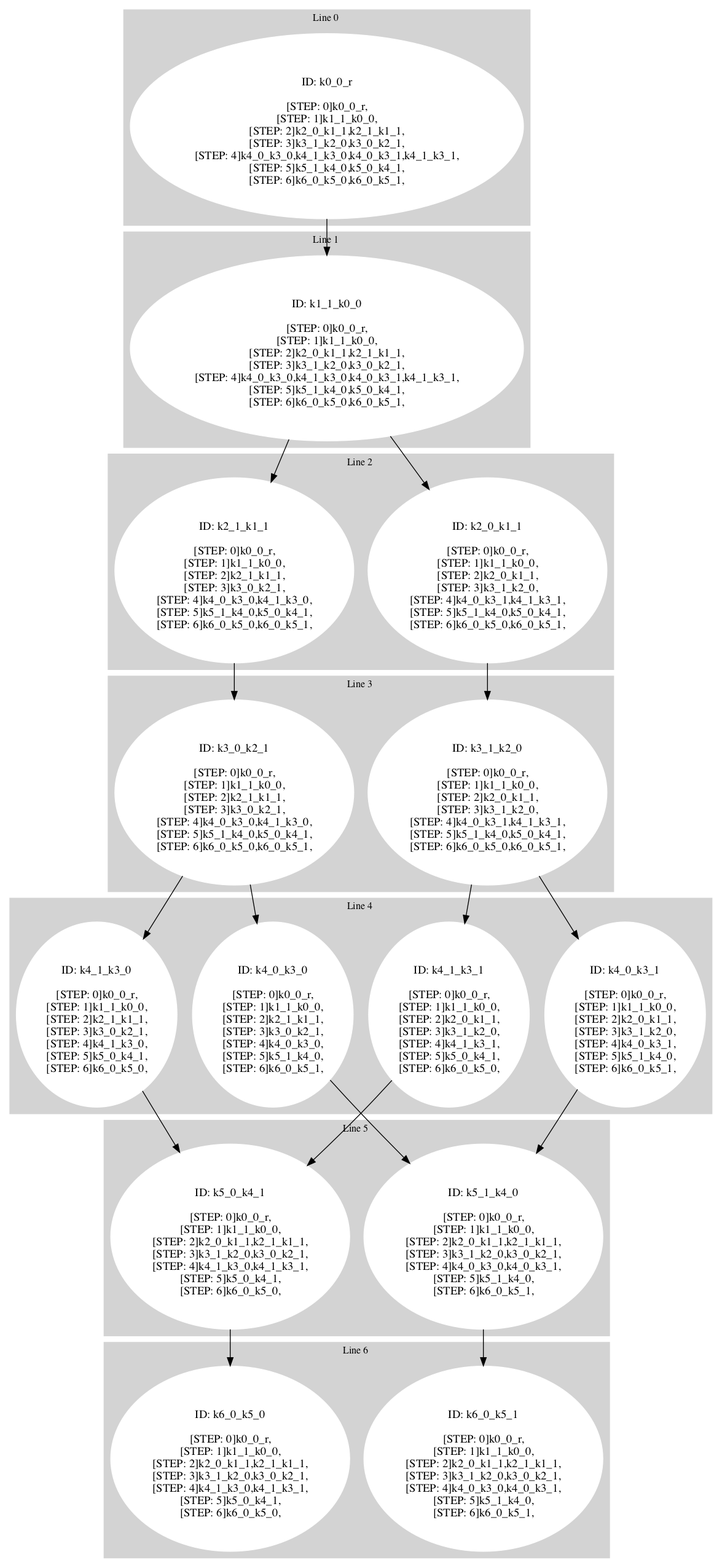
This is test_visual/filter_path0_0.png from ricardombiot/3sat_machine_original_rs, a Graphviz export, as it was before one commit. Its source is kept beside it as test_visual/filter_path0_0.dot. The source it was exported from:
```dot
digraph G {
     compound=true
subgraph cluster_line_0 {
 style=filled;
 color=lightgrey;
     node [style=filled,color=white];
k0_0_r [label=<<BR /> ID: k0_0_r <BR /> <BR />
[STEP: 0]k0_0_r,<BR />
[STEP: 1]k1_1_k0_0,<BR />
[STEP: 2]k2_0_k1_1,k2_1_k1_1,<BR />
[STEP: 3]k3_1_k2_0,k3_0_k2_1,<BR />
[STEP: 4]k4_0_k3_0,k4_1_k3_0,k4_0_k3_1,k4_1_k3_1,<BR />
[STEP: 5]k5_1_k4_0,k5_0_k4_1,<BR />
[STEP: 6]k6_0_k5_0,k6_0_k5_1,<BR />
>]
     fontsize="12"
     label = "Line 0 "
 }
subgraph cluster_line_1 {
 style=filled;
 color=lightgrey;
     node [style=filled,color=white];
k1_1_k0_0 [label=<<BR /> ID: k1_1_k0_0 <BR /> <BR />
[STEP: 0]k0_0_r,<BR />
[STEP: 1]k1_1_k0_0,<BR />
[STEP: 2]k2_0_k1_1,k2_1_k1_1,<BR />
[STEP: 3]k3_1_k2_0,k3_0_k2_1,<BR />
[STEP: 4]k4_0_k3_0,k4_1_k3_0,k4_0_k3_1,k4_1_k3_1,<BR />
[STEP: 5]k5_1_k4_0,k5_0_k4_1,<BR />
[STEP: 6]k6_0_k5_0,k6_0_k5_1,<BR />
>]
     fontsize="12"
     label = "Line 1 "
 }
subgraph cluster_line_2 {
 style=filled;
 color=lightgrey;
     node [style=filled,color=white];
k2_0_k1_1 [label=<<BR /> ID: k2_0_k1_1 <BR /> <BR />
[STEP: 0]k0_0_r,<BR />
[STEP: 1]k1_1_k0_0,<BR />
[STEP: 2]k2_0_k1_1,<BR />
[STEP: 3]k3_1_k2_0,<BR />
[STEP: 4]k4_0_k3_1,k4_1_k3_1,<BR />
[STEP: 5]k5_1_k4_0,k5_0_k4_1,<BR />
[STEP: 6]k6_0_k5_0,k6_0_k5_1,<BR />
>]k2_1_k1_1 [label=<<BR /> ID: k2_1_k1_1 <BR /> <BR />
[STEP: 0]k0_0_r,<BR />
[STEP: 1]k1_1_k0_0,<BR />
[STEP: 2]k2_1_k1_1,<BR />
[STEP: 3]k3_0_k2_1,<BR />
[STEP: 4]k4_0_k3_0,k4_1_k3_0,<BR />
[STEP: 5]k5_1_k4_0,k5_0_k4_1,<BR />
[STEP: 6]k6_0_k5_0,k6_0_k5_1,<BR />
>]
     fontsize="12"
     label = "Line 2 "
 }
subgraph cluster_line_3 {
 style=filled;
 color=lightgrey;
     node [style=filled,color=white];
k3_0_k2_1 [label=<<BR /> ID: k3_0_k2_1 <BR /> <BR />
[STEP: 0]k0_0_r,<BR />
[STEP: 1]k1_1_k0_0,<BR />
[STEP: 2]k2_1_k1_1,<BR />
[STEP: 3]k3_0_k2_1,<BR />
[STEP: 4]k4_0_k3_0,k4_1_k3_0,<BR />
[STEP: 5]k5_1_k4_0,k5_0_k4_1,<BR />
[STEP: 6]k6_0_k5_0,k6_0_k5_1,<BR />
>]k3_1_k2_0 [label=<<BR /> ID: k3_1_k2_0 <BR /> <BR />
[STEP: 0]k0_0_r,<BR />
[STEP: 1]k1_1_k0_0,<BR />
[STEP: 2]k2_0_k1_1,<BR />
[STEP: 3]k3_1_k2_0,<BR />
[STEP: 4]k4_0_k3_1,k4_1_k3_1,<BR />
[STEP: 5]k5_1_k4_0,k5_0_k4_1,<BR />
[STEP: 6]k6_0_k5_0,k6_0_k5_1,<BR />
>]
     fontsize="12"
     label = "Line 3 "
 }
subgraph cluster_line_4 {
 style=filled;
 color=lightgrey;
     node [style=filled,color=white];
k4_1_k3_0 [label=<<BR /> ID: k4_1_k3_0 <BR /> <BR />
[STEP: 0]k0_0_r,<BR />
[STEP: 1]k1_1_k0_0,<BR />
[STEP: 2]k2_1_k1_1,<BR />
[STEP: 3]k3_0_k2_1,<BR />
[STEP: 4]k4_1_k3_0,<BR />
[STEP: 5]k5_0_k4_1,<BR />
[STEP: 6]k6_0_k5_0,<BR />
>]k4_0_k3_0 [label=<<BR /> ID: k4_0_k3_0 <BR /> <BR />
[STEP: 0]k0_0_r,<BR />
[STEP: 1]k1_1_k0_0,<BR />
[STEP: 2]k2_1_k1_1,<BR />
[STEP: 3]k3_0_k2_1,<BR />
[STEP: 4]k4_0_k3_0,<BR />
[STEP: 5]k5_1_k4_0,<BR />
[STEP: 6]k6_0_k5_1,<BR />
>]k4_0_k3_1 [label=<<BR /> ID: k4_0_k3_1 <BR /> <BR />
[STEP: 0]k0_0_r,<BR />
[STEP: 1]k1_1_k0_0,<BR />
[STEP: 2]k2_0_k1_1,<BR />
[STEP: 3]k3_1_k2_0,<BR />
[STEP: 4]k4_0_k3_1,<BR />
[STEP: 5]k5_1_k4_0,<BR />
[STEP: 6]k6_0_k5_1,<BR />
>]k4_1_k3_1 [label=<<BR /> ID: k4_1_k3_1 <BR /> <BR />
[STEP: 0]k0_0_r,<BR />
[STEP: 1]k1_1_k0_0,<BR />
[STEP: 2]k2_0_k1_1,<BR />
[STEP: 3]k3_1_k2_0,<BR />
[STEP: 4]k4_1_k3_1,<BR />
[STEP: 5]k5_0_k4_1,<BR />
[STEP: 6]k6_0_k5_0,<BR />
>]
     fontsize="12"
     label = "Line 4 "
 }
subgraph cluster_line_5 {
 style=filled;
 color=lightgrey;
     node [style=filled,color=white];
k5_1_k4_0 [label=<<BR /> ID: k5_1_k4_0 <BR /> <BR />
[STEP: 0]k0_0_r,<BR />
[STEP: 1]k1_1_k0_0,<BR />
[STEP: 2]k2_0_k1_1,k2_1_k1_1,<BR />
[STEP: 3]k3_1_k2_0,k3_0_k2_1,<BR />
[STEP: 4]k4_0_k3_0,k4_0_k3_1,<BR />
[STEP: 5]k5_1_k4_0,<BR />
[STEP: 6]k6_0_k5_1,<BR />
>]k5_0_k4_1 [label=<<BR /> ID: k5_0_k4_1 <BR /> <BR />
[STEP: 0]k0_0_r,<BR />
[STEP: 1]k1_1_k0_0,<BR />
[STEP: 2]k2_0_k1_1,k2_1_k1_1,<BR />
[STEP: 3]k3_1_k2_0,k3_0_k2_1,<BR />
[STEP: 4]k4_1_k3_0,k4_1_k3_1,<BR />
[STEP: 5]k5_0_k4_1,<BR />
[STEP: 6]k6_0_k5_0,<BR />
>]
     fontsize="12"
     label = "Line 5 "
 }
subgraph cluster_line_6 {
 style=filled;
 color=lightgrey;
     node [style=filled,color=white];
k6_0_k5_0 [label=<<BR /> ID: k6_0_k5_0 <BR /> <BR />
[STEP: 0]k0_0_r,<BR />
[STEP: 1]k1_1_k0_0,<BR />
[STEP: 2]k2_0_k1_1,k2_1_k1_1,<BR />
[STEP: 3]k3_1_k2_0,k3_0_k2_1,<BR />
[STEP: 4]k4_1_k3_0,k4_1_k3_1,<BR />
[STEP: 5]k5_0_k4_1,<BR />
[STEP: 6]k6_0_k5_0,<BR />
>]k6_0_k5_1 [label=<<BR /> ID: k6_0_k5_1 <BR /> <BR />
[STEP: 0]k0_0_r,<BR />
[STEP: 1]k1_1_k0_0,<BR />
[STEP: 2]k2_0_k1_1,k2_1_k1_1,<BR />
[STEP: 3]k3_1_k2_0,k3_0_k2_1,<BR />
[STEP: 4]k4_0_k3_0,k4_0_k3_1,<BR />
[STEP: 5]k5_1_k4_0,<BR />
[STEP: 6]k6_0_k5_1,<BR />
>]
     fontsize="12"
     label = "Line 6 "
 }
k0_0_r -> k1_1_k0_0
k1_1_k0_0 -> k2_0_k1_1
k1_1_k0_0 -> k2_1_k1_1
k2_0_k1_1 -> k3_1_k2_0
k2_1_k1_1 -> k3_0_k2_1
k3_0_k2_1 -> k4_1_k3_0
k3_0_k2_1 -> k4_0_k3_0
k3_1_k2_0 -> k4_1_k3_1
k3_1_k2_0 -> k4_0_k3_1
k4_1_k3_0 -> k5_0_k4_1
k4_0_k3_0 -> k5_1_k4_0
k4_0_k3_1 -> k5_1_k4_0
k4_1_k3_1 -> k5_0_k4_1
k5_1_k4_0 -> k6_0_k5_1
k5_0_k4_1 -> k6_0_k5_0
}
```
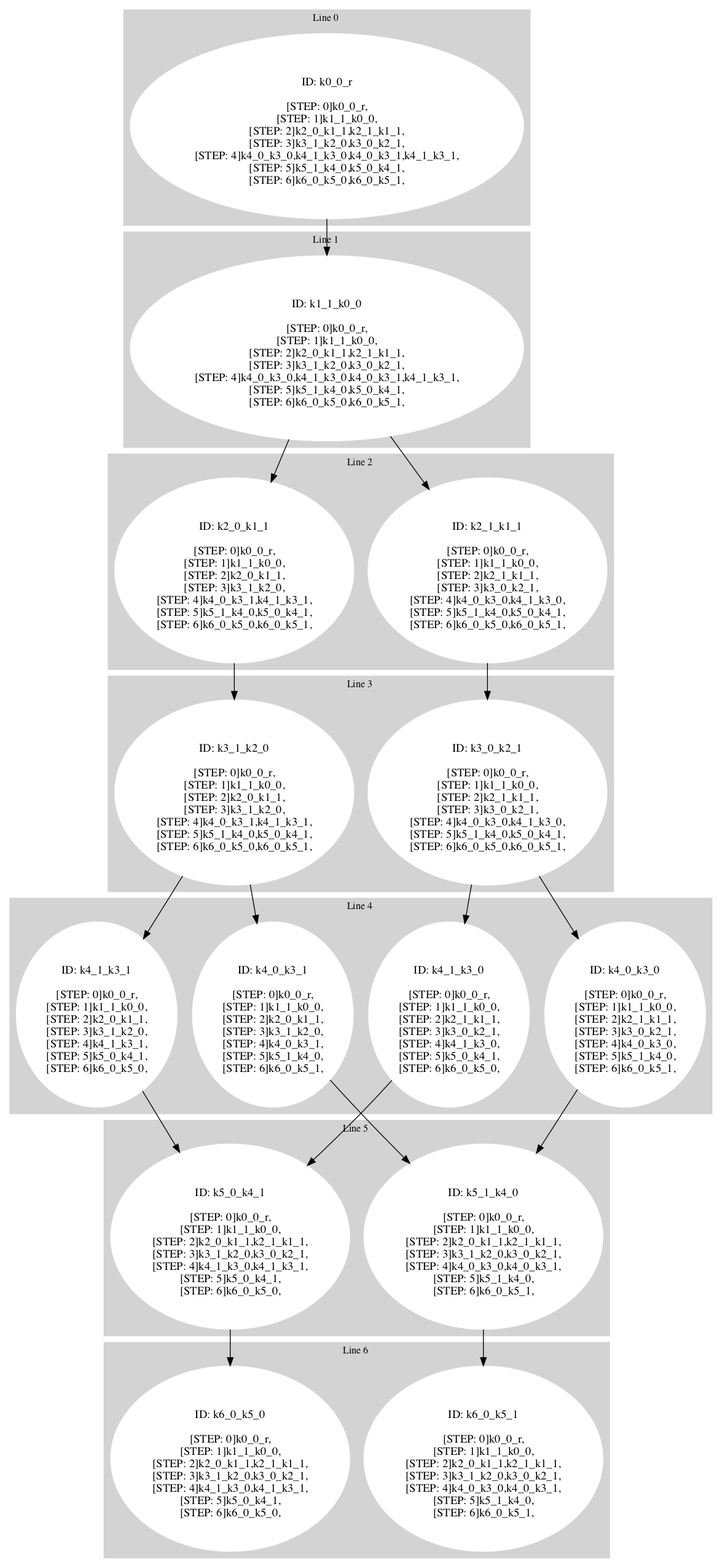
After the commit.

Change to the diagram source:
```diff
@@ -36,20 +36,20 @@
  style=filled;
  color=lightgrey;
      node [style=filled,color=white];
-k2_0_k1_1 [label=<<BR /> ID: k2_0_k1_1 <BR /> <BR />
+k2_1_k1_1 [label=<<BR /> ID: k2_1_k1_1 <BR /> <BR />
+[STEP: 0]k0_0_r,<BR />
+[STEP: 1]k1_1_k0_0,<BR />
+[STEP: 2]k2_1_k1_1,<BR />
+[STEP: 3]k3_0_k2_1,<BR />
+[STEP: 4]k4_0_k3_0,k4_1_k3_0,<BR />
+[STEP: 5]k5_1_k4_0,k5_0_k4_1,<BR />
+[STEP: 6]k6_0_k5_0,k6_0_k5_1,<BR />
+>]k2_0_k1_1 [label=<<BR /> ID: k2_0_k1_1 <BR /> <BR />
 [STEP: 0]k0_0_r,<BR />
 [STEP: 1]k1_1_k0_0,<BR />
 [STEP: 2]k2_0_k1_1,<BR />
 [STEP: 3]k3_1_k2_0,<BR />
 [STEP: 4]k4_0_k3_1,k4_1_k3_1,<BR />
-[STEP: 5]k5_1_k4_0,k5_0_k4_1,<BR />
-[STEP: 6]k6_0_k5_0,k6_0_k5_1,<BR />
->]k2_1_k1_1 [label=<<BR /> ID: k2_1_k1_1 <BR /> <BR />
-[STEP: 0]k0_0_r,<BR />
-[STEP: 1]k1_1_k0_0,<BR />
-[STEP: 2]k2_1_k1_1,<BR />
-[STEP: 3]k3_0_k2_1,<BR />
-[STEP: 4]k4_0_k3_0,k4_1_k3_0,<BR />
 [STEP: 5]k5_1_k4_0,k5_0_k4_1,<BR />
 [STEP: 6]k6_0_k5_0,k6_0_k5_1,<BR />
 >]
@@ -60,20 +60,20 @@
  style=filled;
  color=lightgrey;
      node [style=filled,color=white];
-k3_0_k2_1 [label=<<BR /> ID: k3_0_k2_1 <BR /> <BR />
+k3_1_k2_0 [label=<<BR /> ID: k3_1_k2_0 <BR /> <BR />
+[STEP: 0]k0_0_r,<BR />
+[STEP: 1]k1_1_k0_0,<BR />
+[STEP: 2]k2_0_k1_1,<BR />
+[STEP: 3]k3_1_k2_0,<BR />
+[STEP: 4]k4_0_k3_1,k4_1_k3_1,<BR />
+[STEP: 5]k5_1_k4_0,k5_0_k4_1,<BR />
+[STEP: 6]k6_0_k5_0,k6_0_k5_1,<BR />
+>]k3_0_k2_1 [label=<<BR /> ID: k3_0_k2_1 <BR /> <BR />
 [STEP: 0]k0_0_r,<BR />
 [STEP: 1]k1_1_k0_0,<BR />
 [STEP: 2]k2_1_k1_1,<BR />
 [STEP: 3]k3_0_k2_1,<BR />
 [STEP: 4]k4_0_k3_0,k4_1_k3_0,<BR />
-[STEP: 5]k5_1_k4_0,k5_0_k4_1,<BR />
-[STEP: 6]k6_0_k5_0,k6_0_k5_1,<BR />
->]k3_1_k2_0 [label=<<BR /> ID: k3_1_k2_0 <BR /> <BR />
-[STEP: 0]k0_0_r,<BR />
-[STEP: 1]k1_1_k0_0,<BR />
-[STEP: 2]k2_0_k1_1,<BR />
-[STEP: 3]k3_1_k2_0,<BR />
-[STEP: 4]k4_0_k3_1,k4_1_k3_1,<BR />
 [STEP: 5]k5_1_k4_0,k5_0_k4_1,<BR />
 [STEP: 6]k6_0_k5_0,k6_0_k5_1,<BR />
 >]
@@ -84,28 +84,12 @@
  style=filled;
  color=lightgrey;
      node [style=filled,color=white];
-k4_1_k3_0 [label=<<BR /> ID: k4_1_k3_0 <BR /> <BR />
-[STEP: 0]k0_0_r,<BR />
-[STEP: 1]k1_1_k0_0,<BR />
-[STEP: 2]k2_1_k1_1,<BR />
-[STEP: 3]k3_0_k2_1,<BR />
-[STEP: 4]k4_1_k3_0,<BR />
-[STEP: 5]k5_0_k4_1,<BR />
-[STEP: 6]k6_0_k5_0,<BR />
->]k4_0_k3_0 [label=<<BR /> ID: k4_0_k3_0 <BR /> <BR />
+k4_0_k3_0 [label=<<BR /> ID: k4_0_k3_0 <BR /> <BR />
 [STEP: 0]k0_0_r,<BR />
 [STEP: 1]k1_1_k0_0,<BR />
 [STEP: 2]k2_1_k1_1,<BR />
 [STEP: 3]k3_0_k2_1,<BR />
 [STEP: 4]k4_0_k3_0,<BR />
-[STEP: 5]k5_1_k4_0,<BR />
-[STEP: 6]k6_0_k5_1,<BR />
->]k4_0_k3_1 [label=<<BR /> ID: k4_0_k3_1 <BR /> <BR />
-[STEP: 0]k0_0_r,<BR />
-[STEP: 1]k1_1_k0_0,<BR />
-[STEP: 2]k2_0_k1_1,<BR />
-[STEP: 3]k3_1_k2_0,<BR />
-[STEP: 4]k4_0_k3_1,<BR />
 [STEP: 5]k5_1_k4_0,<BR />
 [STEP: 6]k6_0_k5_1,<BR />
 >]k4_1_k3_1 [label=<<BR /> ID: k4_1_k3_1 <BR /> <BR />
@@ -116,6 +100,22 @@
 [STEP: 4]k4_1_k3_1,<BR />
 [STEP: 5]k5_0_k4_1,<BR />
 [STEP: 6]k6_0_k5_0,<BR />
+>]k4_0_k3_1 [label=<<BR /> ID: k4_0_k3_1 <BR /> <BR />
+[STEP: 0]k0_0_r,<BR />
+[STEP: 1]k1_1_k0_0,<BR />
+[STEP: 2]k2_0_k1_1,<BR />
+[STEP: 3]k3_1_k2_0,<BR />
+[STEP: 4]k4_0_k3_1,<BR />
+[STEP: 5]k5_1_k4_0,<BR />
+[STEP: 6]k6_0_k5_1,<BR />
+>]k4_1_k3_0 [label=<<BR /> ID: k4_1_k3_0 <BR /> <BR />
+[STEP: 0]k0_0_r,<BR />
+[STEP: 1]k1_1_k0_0,<BR />
+[STEP: 2]k2_1_k1_1,<BR />
+[STEP: 3]k3_0_k2_1,<BR />
+[STEP: 4]k4_1_k3_0,<BR />
+[STEP: 5]k5_0_k4_1,<BR />
+[STEP: 6]k6_0_k5_0,<BR />
 >]
      fontsize="12"
      label = "Line 4 "
@@ -124,7 +124,15 @@
  style=filled;
  color=lightgrey;
      node [style=filled,color=white];
-k5_1_k4_0 [label=<<BR /> ID: k5_1_k4_0 <BR /> <BR />
+k5_0_k4_1 [label=<<BR /> ID: k5_0_k4_1 <BR /> <BR />
+[STEP: 0]k0_0_r,<BR />
+[STEP: 1]k1_1_k0_0,<BR />
+[STEP: 2]k2_0_k1_1,k2_1_k1_1,<BR />
+[STEP: 3]k3_1_k2_0,k3_0_k2_1,<BR />
+[STEP: 4]k4_1_k3_0,k4_1_k3_1,<BR />
+[STEP: 5]k5_0_k4_1,<BR />
+[STEP: 6]k6_0_k5_0,<BR />
+>]k5_1_k4_0 [label=<<BR /> ID: k5_1_k4_0 <BR /> <BR />
 [STEP: 0]k0_0_r,<BR />
 [STEP: 1]k1_1_k0_0,<BR />
 [STEP: 2]k2_0_k1_1,k2_1_k1_1,<BR />
@@ -132,7 +140,23 @@
 [STEP: 4]k4_0_k3_0,k4_0_k3_1,<BR />
 [STEP: 5]k5_1_k4_0,<BR />
 [STEP: 6]k6_0_k5_1,<BR />
->]k5_0_k4_1 [label=<<BR /> ID: k5_0_k4_1 <BR /> <BR />
+>]
+     fontsize="12"
+     label = "Line 5 "
+ }
+subgraph cluster_line_6 {
+ style=filled;
+ color=lightgrey;
+     node [style=filled,color=white];
+k6_0_k5_1 [label=<<BR /> ID: k6_0_k5_1 <BR /> <BR />
+[STEP: 0]k0_0_r,<BR />
+[STEP: 1]k1_1_k0_0,<BR />
+[STEP: 2]k2_0_k1_1,k2_1_k1_1,<BR />
+[STEP: 3]k3_1_k2_0,k3_0_k2_1,<BR />
+[STEP: 4]k4_0_k3_0,k4_0_k3_1,<BR />
+[STEP: 5]k5_1_k4_0,<BR />
+[STEP: 6]k6_0_k5_1,<BR />
+>]k6_0_k5_0 [label=<<BR /> ID: k6_0_k5_0 <BR /> <BR />
 [STEP: 0]k0_0_r,<BR />
 [STEP: 1]k1_1_k0_0,<BR />
 [STEP: 2]k2_0_k1_1,k2_1_k1_1,<BR />
@@ -142,45 +166,21 @@
 [STEP: 6]k6_0_k5_0,<BR />
 >]
      fontsize="12"
-     label = "Line 5 "
- }
-subgraph cluster_line_6 {
- style=filled;
- color=lightgrey;
-     node [style=filled,color=white];
-k6_0_k5_0 [label=<<BR /> ID: k6_0_k5_0 <BR /> <BR />
-[STEP: 0]k0_0_r,<BR />
-[STEP: 1]k1_1_k0_0,<BR />
-[STEP: 2]k2_0_k1_1,k2_1_k1_1,<BR />
-[STEP: 3]k3_1_k2_0,k3_0_k2_1,<BR />
-[STEP: 4]k4_1_k3_0,k4_1_k3_1,<BR />
-[STEP: 5]k5_0_k4_1,<BR />
-[STEP: 6]k6_0_k5_0,<BR />
->]k6_0_k5_1 [label=<<BR /> ID: k6_0_k5_1 <BR /> <BR />
-[STEP: 0]k0_0_r,<BR />
-[STEP: 1]k1_1_k0_0,<BR />
-[STEP: 2]k2_0_k1_1,k2_1_k1_1,<BR />
-[STEP: 3]k3_1_k2_0,k3_0_k2_1,<BR />
-[STEP: 4]k4_0_k3_0,k4_0_k3_1,<BR />
-[STEP: 5]k5_1_k4_0,<BR />
-[STEP: 6]k6_0_k5_1,<BR />
->]
-     fontsize="12"
      label = "Line 6 "
  }
 k0_0_r -> k1_1_k0_0
 k1_1_k0_0 -> k2_0_k1_1
 k1_1_k0_0 -> k2_1_k1_1
+k2_1_k1_1 -> k3_0_k2_1
 k2_0_k1_1 -> k3_1_k2_0
-k2_1_k1_1 -> k3_0_k2_1
+k3_1_k2_0 -> k4_1_k3_1
+k3_1_k2_0 -> k4_0_k3_1
 k3_0_k2_1 -> k4_1_k3_0
 k3_0_k2_1 -> k4_0_k3_0
-k3_1_k2_0 -> k4_1_k3_1
-k3_1_k2_0 -> k4_0_k3_1
+k4_0_k3_0 -> k5_1_k4_0
+k4_1_k3_1 -> k5_0_k4_1
+k4_0_k3_1 -> k5_1_k4_0
 k4_1_k3_0 -> k5_0_k4_1
-k4_0_k3_0 -> k5_1_k4_0
-k4_0_k3_1 -> k5_1_k4_0
-k4_1_k3_1 -> k5_0_k4_1
+k5_0_k4_1 -> k6_0_k5_0
 k5_1_k4_0 -> k6_0_k5_1
-k5_0_k4_1 -> k6_0_k5_0
 }
```
